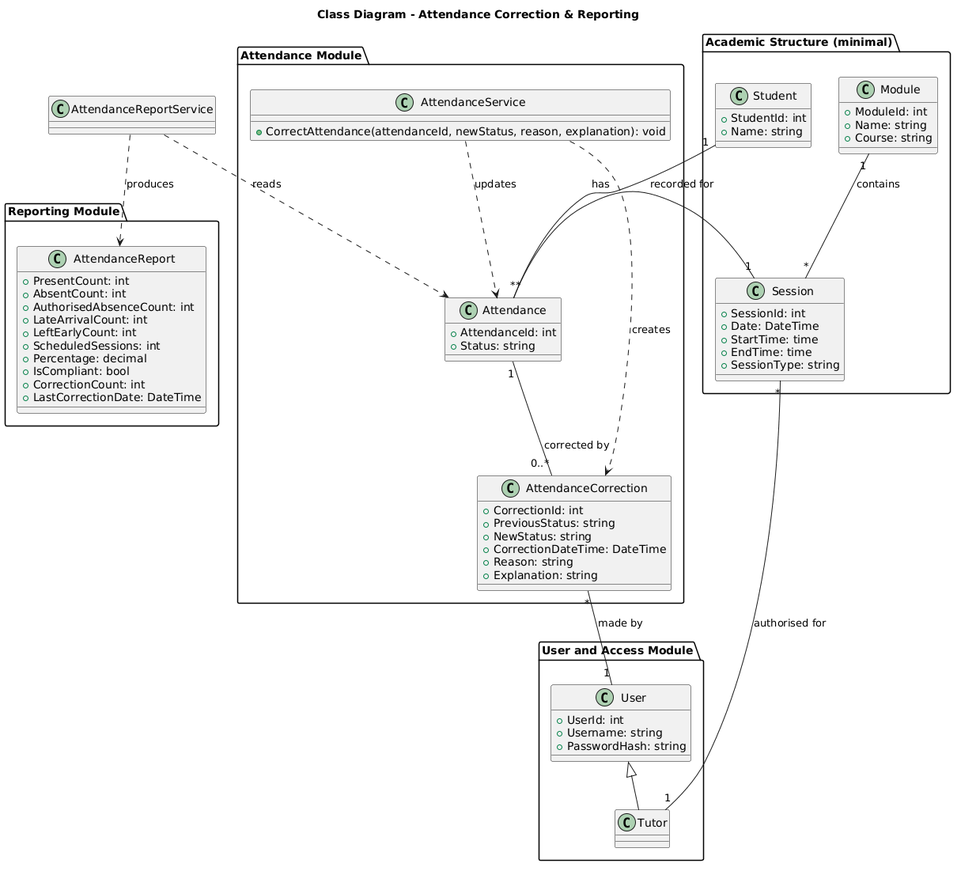
The PlantUML diagram out/diagrams/class-diagram/AttendanceMonitoringSystemClassDiagram.png in Shelly855/attendance-monitoring-copy, before a commit.
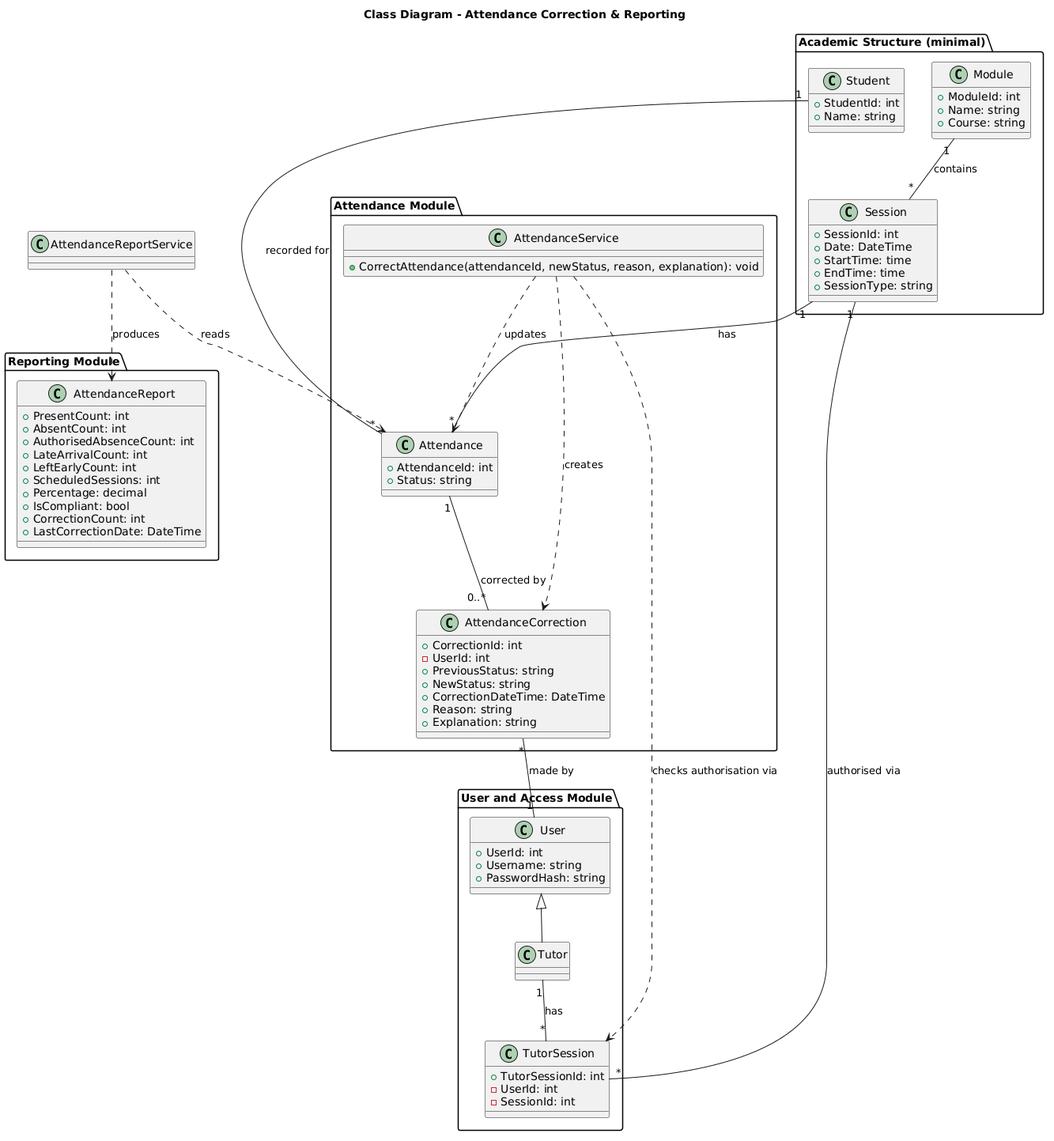
After the change.

Commit message:
fix class diagram

Change to the diagram source:
```diff
@@ -9,6 +9,12 @@
   }
   class Tutor
   User <|-- Tutor
+
+  class TutorSession {
+    +TutorSessionId: int
+    -UserId: int
+    -SessionId: int
+  }
 }
 
 package "Attendance Module" {
@@ -19,6 +25,7 @@
 
   class AttendanceCorrection {
     +CorrectionId: int
+    -UserId: int
     +PreviousStatus: string
     +NewStatus: string
     +CorrectionDateTime: DateTime
@@ -65,7 +72,10 @@
   }
 }
 
-Tutor "1" -- "*" Session : authorised for
+Tutor "1" -- "*" TutorSession : has
+Session "1" -- "*" TutorSession : authorised via
+AttendanceService ..> TutorSession : «checks authorisation via»
+
 Session "1" -- "*" Attendance : has
 Student "1" -- "*" Attendance : recorded for
 Module "1" -- "*" Session : contains
```
